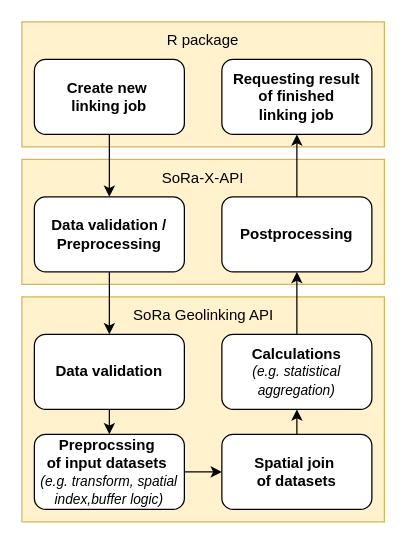
The draw.io diagram sora/agit_workflow_linking.drawio in traveller195/draw_io, before the edit. Source tidied: cells renumbered, new cells numbered last; positions are measured from the earlier drawing's top-left corner, leaving out a move shared by most shapes. Both pictures are drawn from the tidied source at 125%, with x=0, y=0 at pixel (21, 21).
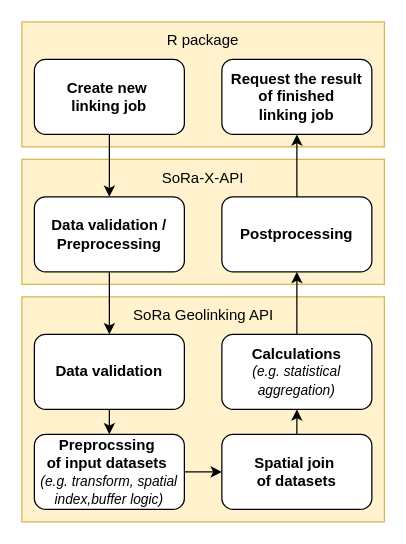
The same diagram, later.

The edit, as a diff of the source:
```diff
@@
-    <mxCell id="22" value="&lt;div&gt;&lt;b&gt;Requesting result &lt;br&gt;&lt;/b&gt;&lt;/div&gt;&lt;div&gt;&lt;b&gt;of finished&lt;/b&gt;&lt;/div&gt;&lt;div&gt;&lt;b&gt;linking job &lt;br&gt;&lt;/b&gt;&lt;/div&gt;" style="rounded=1;whiteSpace=wrap;html=1;" parent="1" vertex="1">
+    <mxCell id="22" value="&lt;div&gt;&lt;b&gt;Request the result &lt;br&gt;&lt;/b&gt;&lt;/div&gt;&lt;div&gt;&lt;b&gt;of finished&lt;/b&gt;&lt;/div&gt;&lt;div&gt;&lt;b&gt;linking job &lt;br&gt;&lt;/b&gt;&lt;/div&gt;" style="rounded=1;whiteSpace=wrap;html=1;" parent="1" vertex="1">
       <mxGeometry x="160" y="30" width="120" height="60" as="geometry" />
     </mxCell>
```
